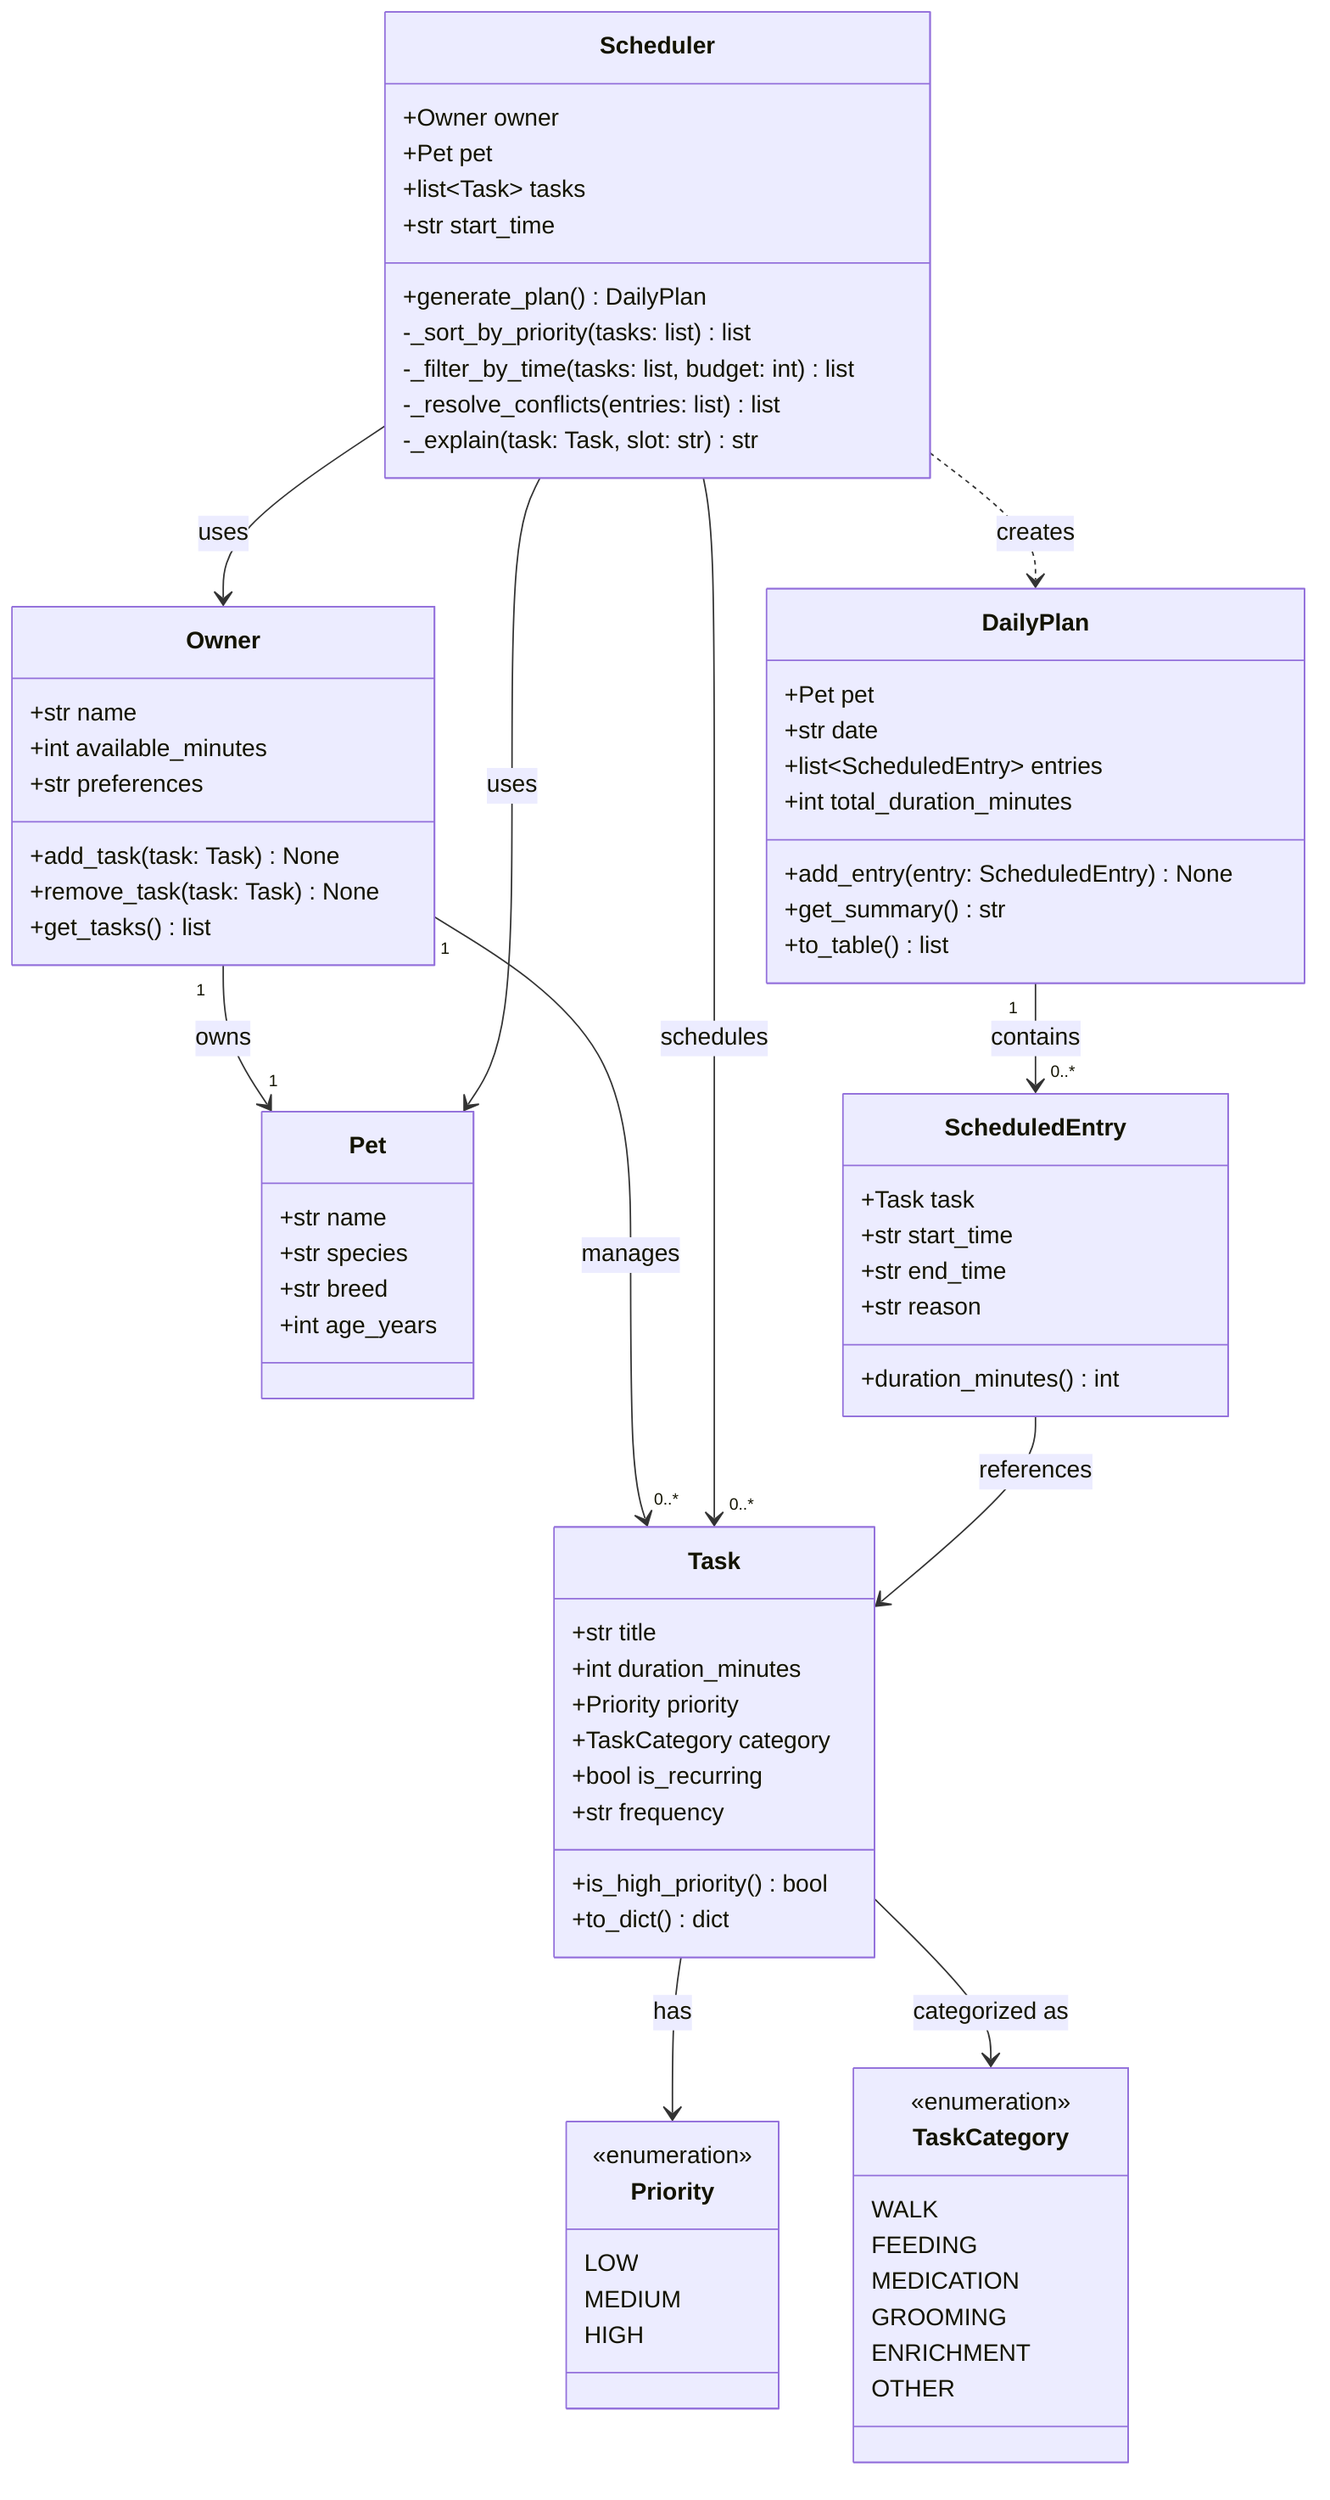
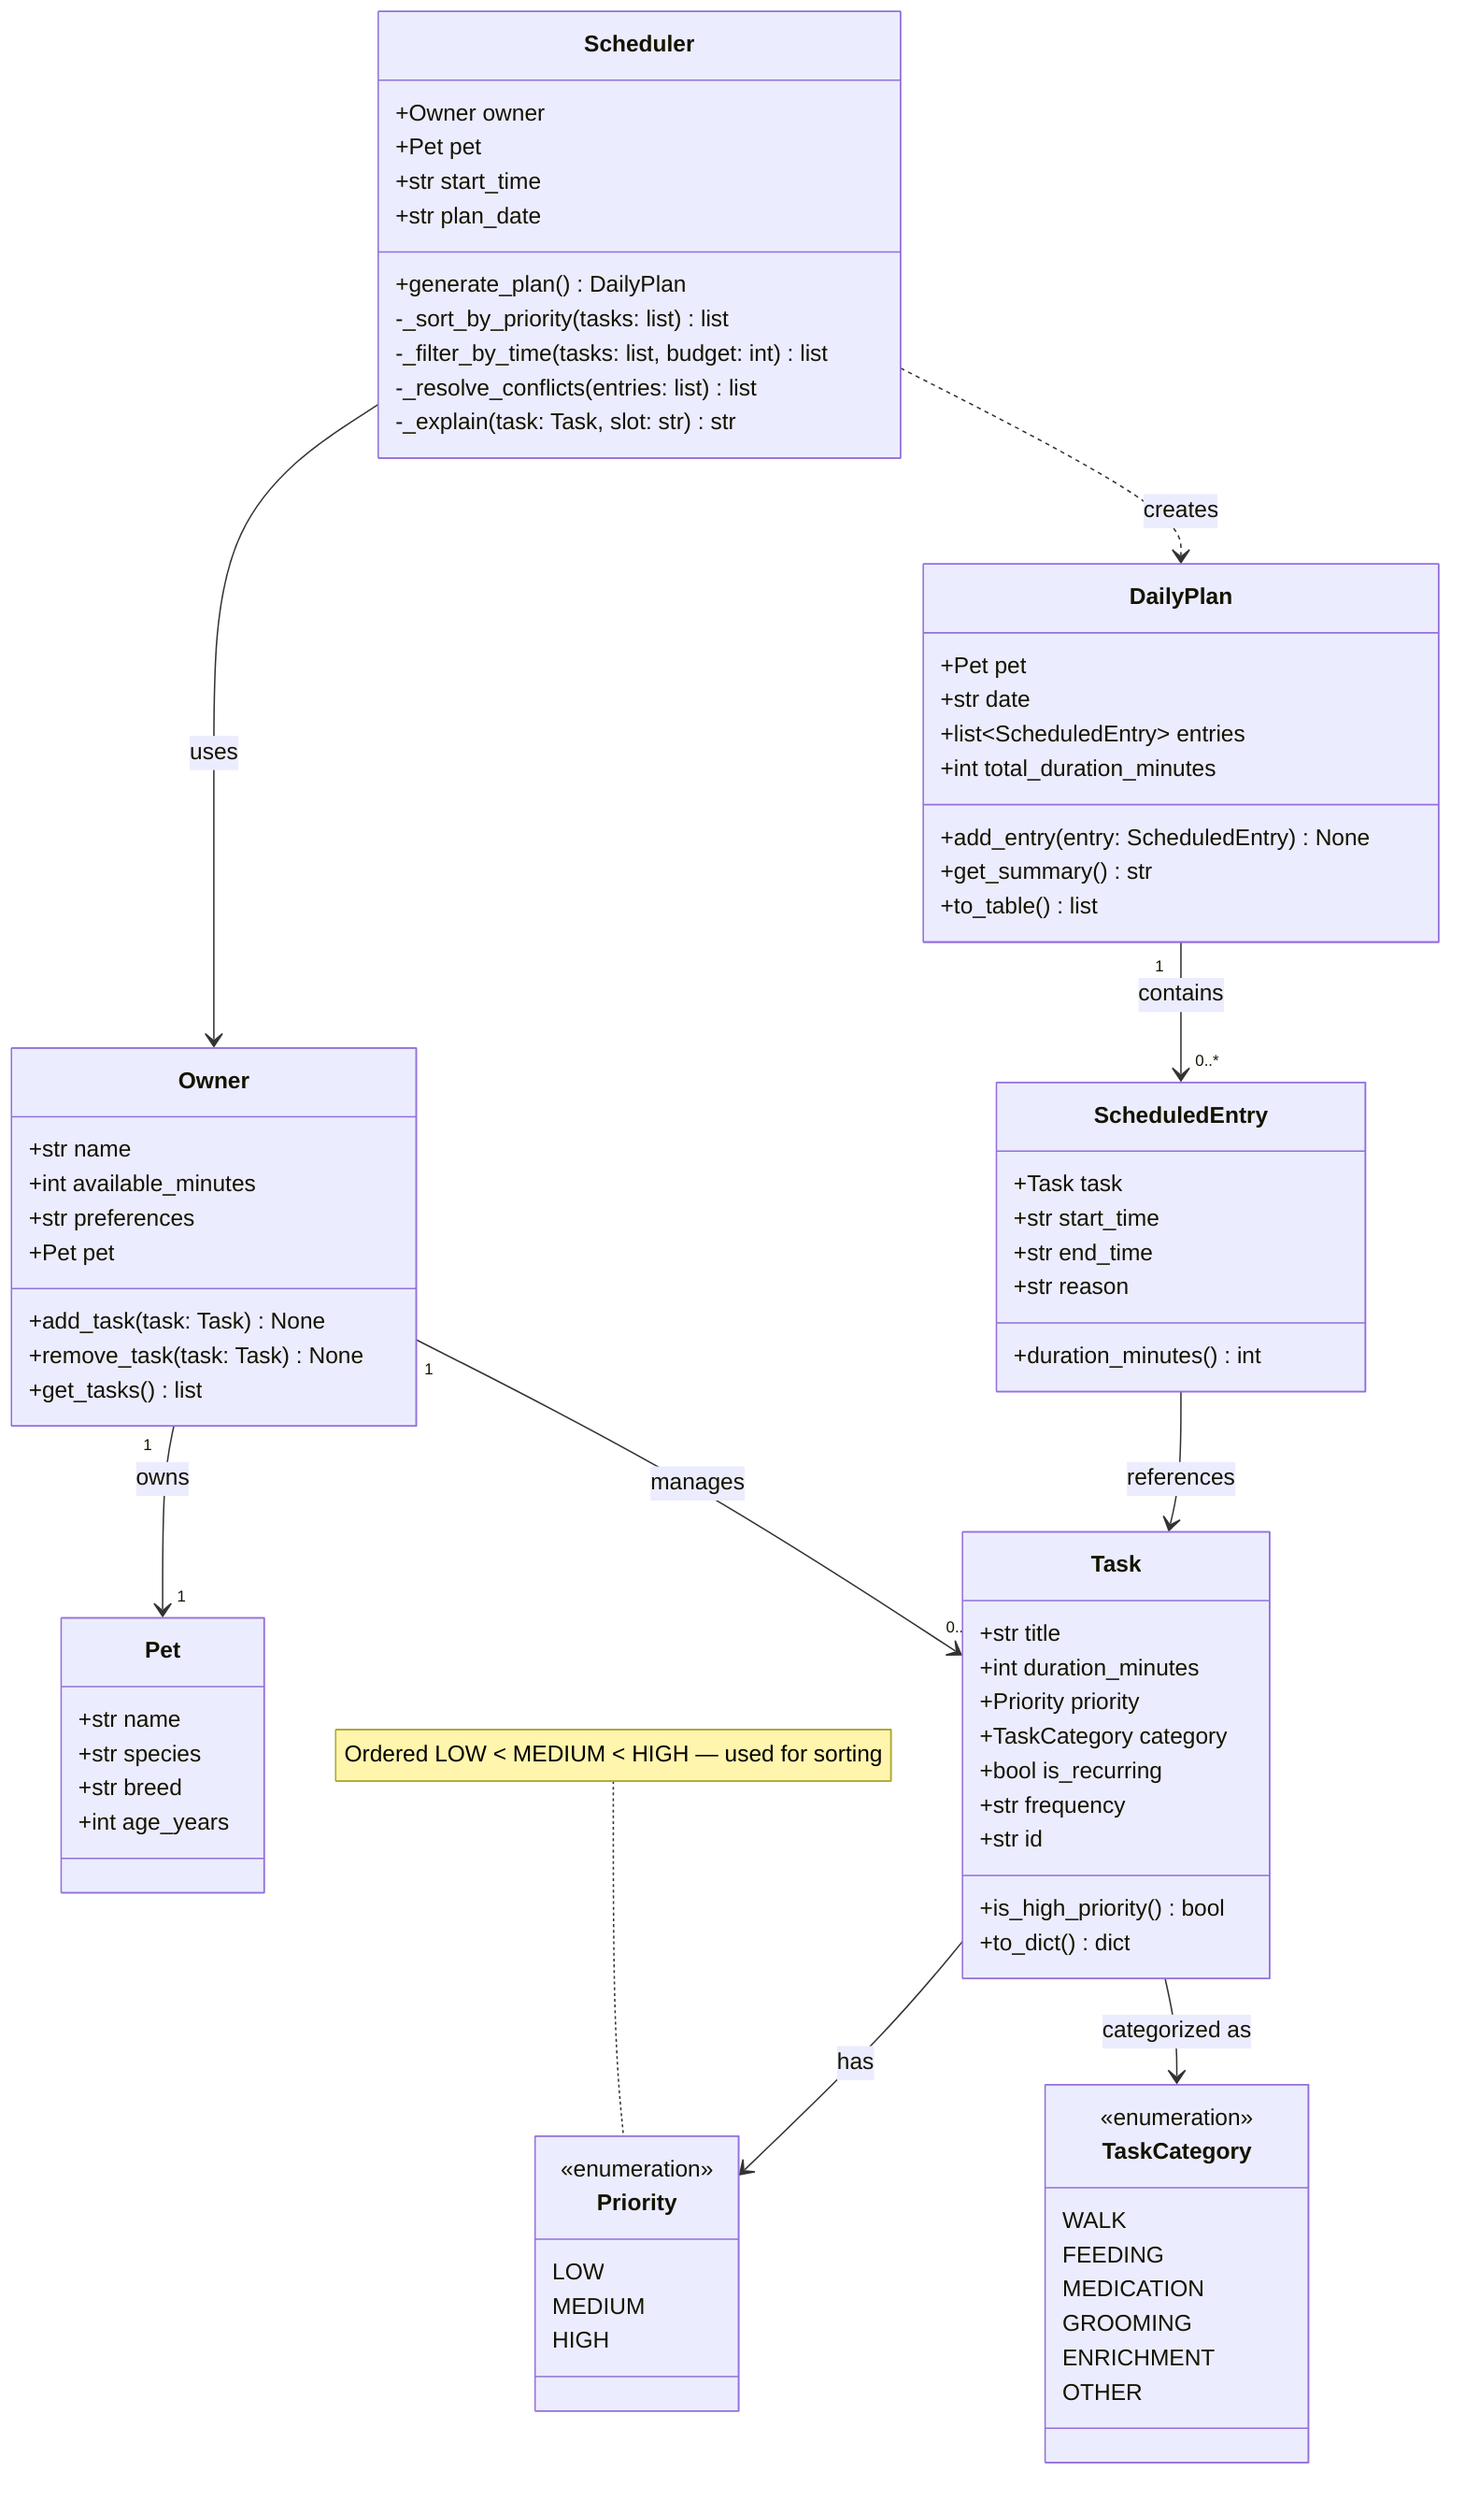
classDiagram
    %% ── Enumerations ──────────────────────────────────────────────────────────

    class Priority {
        <<enumeration>>
        LOW
        MEDIUM
        HIGH
    }
+     note for Priority "Ordered LOW < MEDIUM < HIGH — used for sorting"

    class TaskCategory {
        <<enumeration>>
        WALK
        FEEDING
        MEDICATION
        GROOMING
        ENRICHMENT
        OTHER
    }

    %% ── Core domain classes ───────────────────────────────────────────────────

    class Owner {
        +str name
        +int available_minutes
        +str preferences
+         +Pet pet
        +add_task(task: Task) None
        +remove_task(task: Task) None
        +get_tasks() list
    }

    class Pet {
        +str name
        +str species
        +str breed
        +int age_years
    }

    class Task {
        +str title
        +int duration_minutes
        +Priority priority
        +TaskCategory category
        +bool is_recurring
        +str frequency
+         +str id
        +is_high_priority() bool
        +to_dict() dict
    }

    %% ── Scheduling classes ────────────────────────────────────────────────────

    class Scheduler {
        +Owner owner
        +Pet pet
-         +list~Task~ tasks
        +str start_time
+         +str plan_date
        +generate_plan() DailyPlan
        -_sort_by_priority(tasks: list) list
        -_filter_by_time(tasks: list, budget: int) list
        -_resolve_conflicts(entries: list) list
        -_explain(task: Task, slot: str) str
    }

    class DailyPlan {
        +Pet pet
        +str date
        +list~ScheduledEntry~ entries
        +int total_duration_minutes
        +add_entry(entry: ScheduledEntry) None
        +get_summary() str
        +to_table() list
    }

    class ScheduledEntry {
        +Task task
        +str start_time
        +str end_time
        +str reason
        +duration_minutes() int
    }

    %% ── Relationships ─────────────────────────────────────────────────────────

    Owner "1" --> "1" Pet           : owns
    Owner "1" --> "0..*" Task       : manages

    Task --> Priority               : has
    Task --> TaskCategory           : categorized as

    Scheduler --> Owner             : uses
-     Scheduler --> Pet               : uses
-     Scheduler --> "0..*" Task       : schedules
    Scheduler ..> DailyPlan        : creates

    DailyPlan "1" --> "0..*" ScheduledEntry : contains
    ScheduledEntry --> Task         : references
